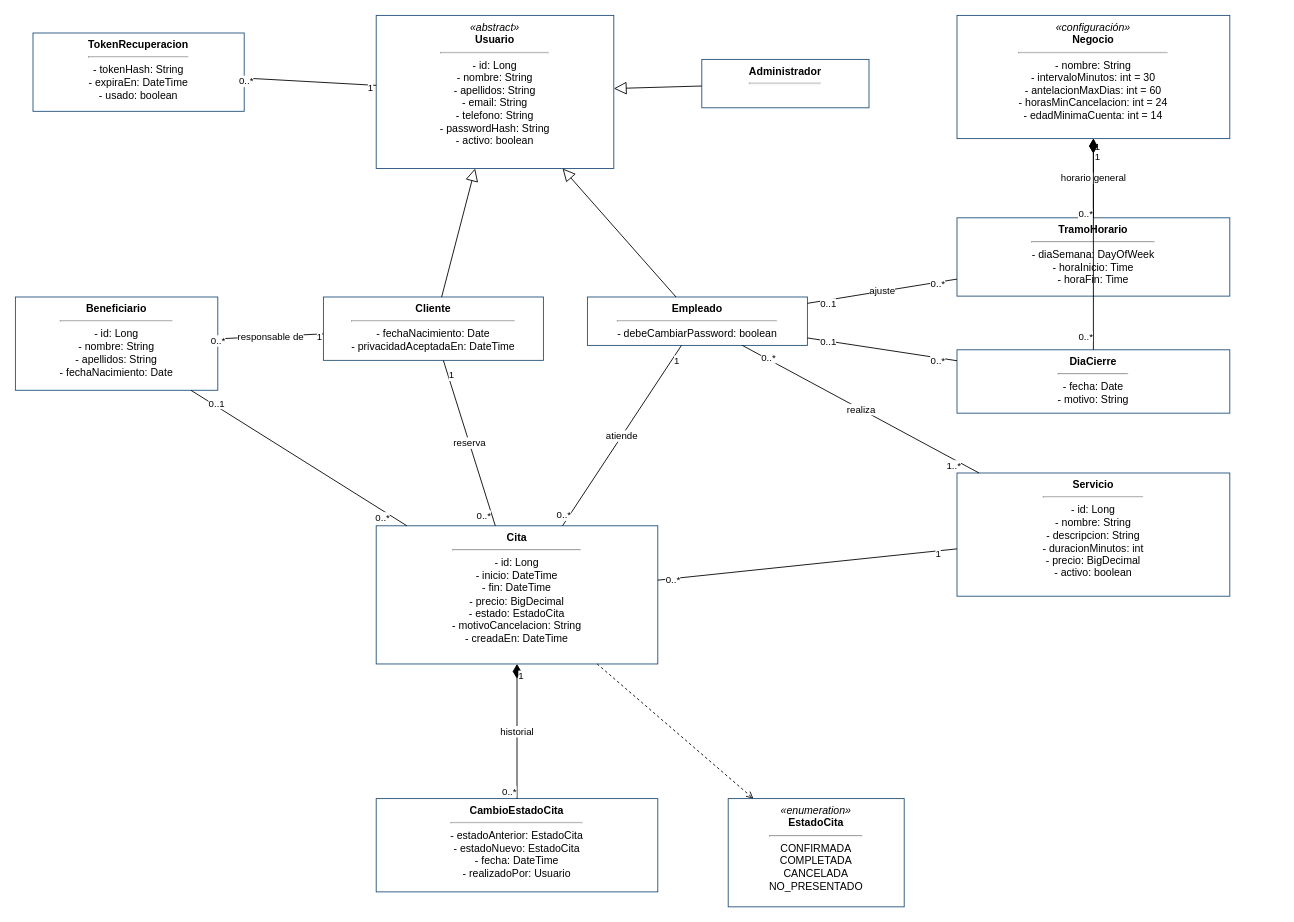
Earlier version of the draw.io diagram docs/diagramas/Clases.drawio (josedfc20/gestion-de-citas). Source tidied: cells renumbered, new cells numbered last; positions are measured from the earlier drawing's top-left corner, leaving out a move shared by most shapes. Both pictures are drawn from the tidied source at 88%, with x=0, y=0 at pixel (15, 15).
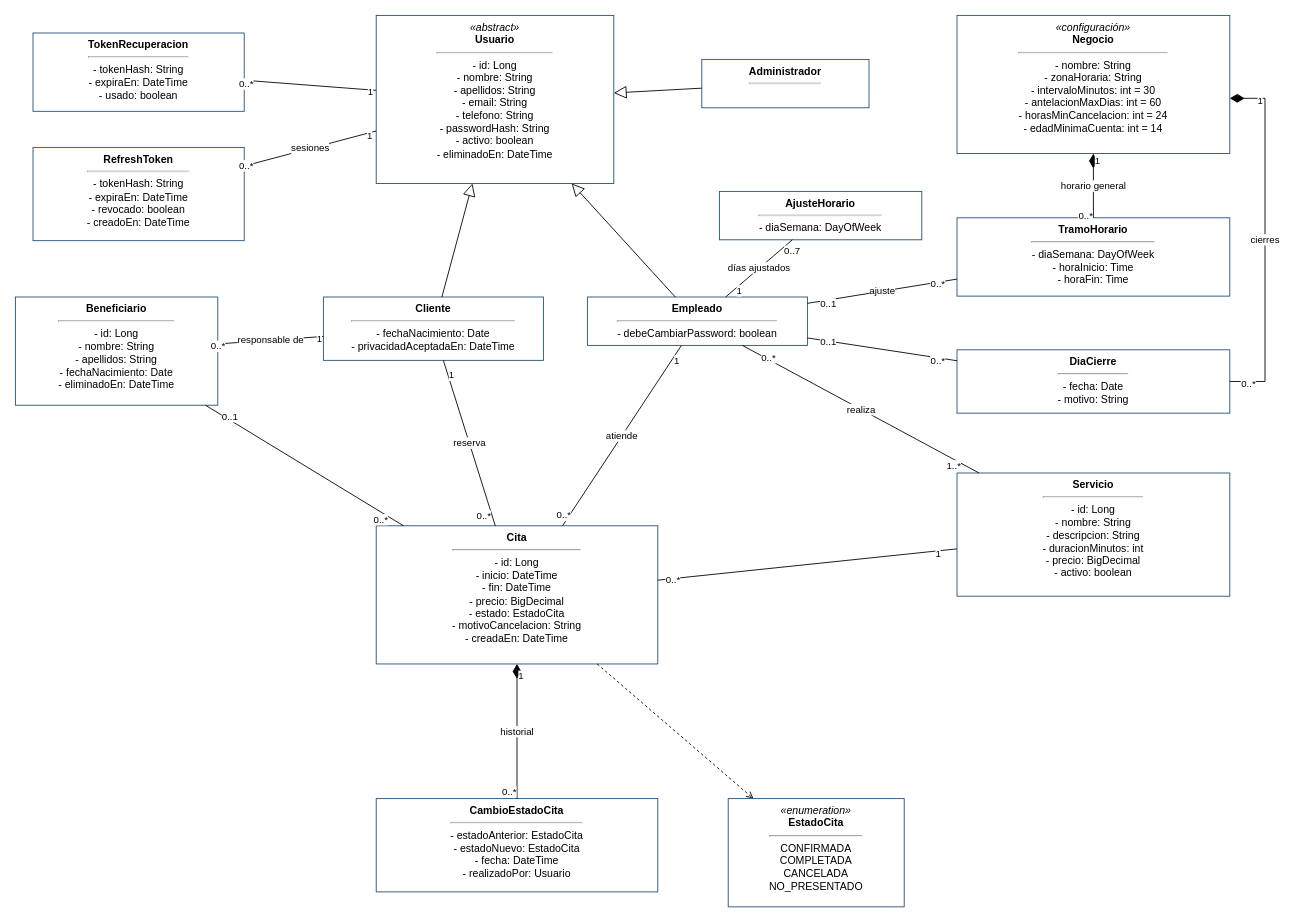
The same diagram, later.

The change refers to these unchanged cells:
```xml
<mxCell id="8" value="&lt;b&gt;Empleado&lt;/b&gt;&lt;hr&gt;- debeCambiarPassword: boolean" style="rounded=0;whiteSpace=wrap;html=1;verticalAlign=top;align=center;fillColor=#FFFFFF;strokeColor=#1F4E79;" parent="1" vertex="1">
  <mxGeometry x="650" y="320" width="250" height="55" as="geometry" />
</mxCell>
<mxCell id="10" value="&lt;b&gt;DiaCierre&lt;/b&gt;&lt;hr&gt;- fecha: Date&lt;br&gt;- motivo: String" style="rounded=0;whiteSpace=wrap;html=1;verticalAlign=top;align=center;fillColor=#FFFFFF;strokeColor=#1F4E79;" parent="1" vertex="1">
  <mxGeometry x="1070" y="380" width="310" height="72" as="geometry" />
</mxCell>
```

Change to the diagram source:
```diff
@@
-    <mxCell id="2" value="&lt;i&gt;«abstract»&lt;/i&gt;&lt;br&gt;&lt;b&gt;Usuario&lt;/b&gt;&lt;hr&gt;- id: Long&lt;br&gt;- nombre: String&lt;br&gt;- apellidos: String&lt;br&gt;- email: String&lt;br&gt;- telefono: String&lt;br&gt;- passwordHash: String&lt;br&gt;- activo: boolean" style="rounded=0;whiteSpace=wrap;html=1;verticalAlign=top;align=center;fillColor=#FFFFFF;strokeColor=#1F4E79;" parent="1" vertex="1">
-      <mxGeometry x="410" width="270" height="174" as="geometry" />
+    <mxCell id="2" value="&lt;i&gt;«abstract»&lt;/i&gt;&lt;br&gt;&lt;b&gt;Usuario&lt;/b&gt;&lt;hr&gt;- id: Long&lt;br&gt;- nombre: String&lt;br&gt;- apellidos: String&lt;br&gt;- email: String&lt;br&gt;- telefono: String&lt;br&gt;- passwordHash: String&lt;br&gt;- activo: boolean&lt;br&gt;- eliminadoEn: DateTime" style="rounded=0;whiteSpace=wrap;html=1;verticalAlign=top;align=center;fillColor=#FFFFFF;strokeColor=#1F4E79;" parent="1" vertex="1">
+      <mxGeometry x="410" width="270" height="191" as="geometry" />
     </mxCell>
@@
-    <mxCell id="5" value="&lt;i&gt;«configuración»&lt;/i&gt;&lt;br&gt;&lt;b&gt;Negocio&lt;/b&gt;&lt;hr&gt;- nombre: String&lt;br&gt;- intervaloMinutos: int = 30&lt;br&gt;- antelacionMaxDias: int = 60&lt;br&gt;- horasMinCancelacion: int = 24&lt;br&gt;- edadMinimaCuenta: int = 14" style="rounded=0;whiteSpace=wrap;html=1;verticalAlign=top;align=center;fillColor=#FFFFFF;strokeColor=#1F4E79;" parent="1" vertex="1">
-      <mxGeometry x="1070" width="310" height="140" as="geometry" />
+    <mxCell id="5" value="&lt;i&gt;«configuración»&lt;/i&gt;&lt;br&gt;&lt;b&gt;Negocio&lt;/b&gt;&lt;hr&gt;- nombre: String&lt;br&gt;- zonaHoraria: String&lt;br&gt;- intervaloMinutos: int = 30&lt;br&gt;- antelacionMaxDias: int = 60&lt;br&gt;- horasMinCancelacion: int = 24&lt;br&gt;- edadMinimaCuenta: int = 14" style="rounded=0;whiteSpace=wrap;html=1;verticalAlign=top;align=center;fillColor=#FFFFFF;strokeColor=#1F4E79;" parent="1" vertex="1">
+      <mxGeometry x="1070" width="310" height="157" as="geometry" />
     </mxCell>
-    <mxCell id="6" value="&lt;b&gt;Beneficiario&lt;/b&gt;&lt;hr&gt;- id: Long&lt;br&gt;- nombre: String&lt;br&gt;- apellidos: String&lt;br&gt;- fechaNacimiento: Date" style="rounded=0;whiteSpace=wrap;html=1;verticalAlign=top;align=center;fillColor=#FFFFFF;strokeColor=#1F4E79;" parent="1" vertex="1">
-      <mxGeometry y="320" width="230" height="106" as="geometry" />
+    <mxCell id="6" value="&lt;b&gt;Beneficiario&lt;/b&gt;&lt;hr&gt;- id: Long&lt;br&gt;- nombre: String&lt;br&gt;- apellidos: String&lt;br&gt;- fechaNacimiento: Date&lt;br&gt;- eliminadoEn: DateTime" style="rounded=0;whiteSpace=wrap;html=1;verticalAlign=top;align=center;fillColor=#FFFFFF;strokeColor=#1F4E79;" parent="1" vertex="1">
+      <mxGeometry y="320" width="230" height="123" as="geometry" />
     </mxCell>
@@
-    <mxCell id="45" style="endArrow=none;startArrow=diamondThin;startFill=1;startSize=14;html=1;" parent="1" edge="1" source="5" target="10">
-      <mxGeometry relative="1" as="geometry" />
+    <mxCell id="45" value="cierres" style="endArrow=none;startArrow=diamondThin;startFill=1;startSize=14;html=1;edgeStyle=orthogonalEdgeStyle;rounded=0;exitX=1;exitY=0.6;exitDx=0;exitDy=0;entryX=1;entryY=0.5;entryDx=0;entryDy=0;" parent="1" edge="1" source="5" target="10">
+      <mxGeometry relative="1" as="geometry">
+        <Array as="points">
+          <mxPoint x="1420" y="94" />
+          <mxPoint x="1420" y="416" />
+        </Array>
+      </mxGeometry>
     </mxCell>
@@
+    <mxCell id="55" value="&lt;b&gt;RefreshToken&lt;/b&gt;&lt;hr&gt;- tokenHash: String&lt;br&gt;- expiraEn: DateTime&lt;br&gt;- revocado: boolean&lt;br&gt;- creadoEn: DateTime" style="rounded=0;whiteSpace=wrap;html=1;verticalAlign=top;align=center;fillColor=#FFFFFF;strokeColor=#1F4E79;" parent="1" vertex="1">
+      <mxGeometry x="20" y="150" width="240" height="106" as="geometry" />
+    </mxCell>
+    <mxCell id="56" value="&lt;b&gt;AjusteHorario&lt;/b&gt;&lt;hr&gt;- diaSemana: DayOfWeek" style="rounded=0;whiteSpace=wrap;html=1;verticalAlign=top;align=center;fillColor=#FFFFFF;strokeColor=#1F4E79;" parent="1" vertex="1">
+      <mxGeometry x="800" y="200" width="230" height="55" as="geometry" />
+    </mxCell>
+    <mxCell id="57" value="sesiones" style="endArrow=none;html=1;" parent="1" edge="1" source="2" target="55">
+      <mxGeometry relative="1" as="geometry" />
+    </mxCell>
+    <mxCell id="58" value="1" style="edgeLabel;html=1;align=left;" parent="57" vertex="1">
+      <mxGeometry x="-0.85" relative="1" as="geometry">
+        <mxPoint y="-10" as="offset" />
+      </mxGeometry>
+    </mxCell>
+    <mxCell id="59" value="0..*" style="edgeLabel;html=1;align=right;" parent="57" vertex="1">
+      <mxGeometry x="0.85" relative="1" as="geometry">
+        <mxPoint y="-10" as="offset" />
+      </mxGeometry>
+    </mxCell>
+    <mxCell id="60" value="días ajustados" style="endArrow=none;html=1;" parent="1" edge="1" source="8" target="56">
+      <mxGeometry relative="1" as="geometry" />
+    </mxCell>
+    <mxCell id="61" value="1" style="edgeLabel;html=1;align=left;" parent="60" vertex="1">
+      <mxGeometry x="-0.7" relative="1" as="geometry">
+        <mxPoint y="-10" as="offset" />
+      </mxGeometry>
+    </mxCell>
+    <mxCell id="62" value="0..7" style="edgeLabel;html=1;align=left;" parent="60" vertex="1">
+      <mxGeometry x="0.7" relative="1" as="geometry">
+        <mxPoint y="-10" as="offset" />
+      </mxGeometry>
+    </mxCell>
```
